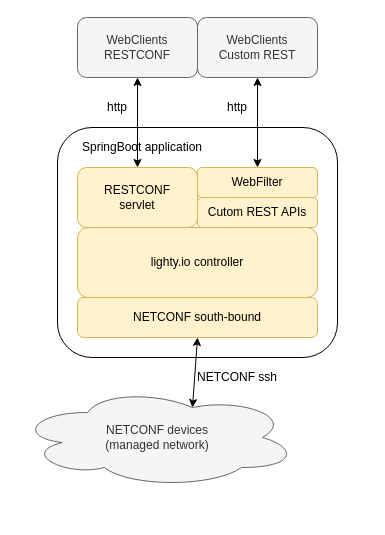
Above: lighty-examples/lighty-controller-springboot-netconf/docs/lighty.io-springboot-architecture.drawio in PANTHEONtech/lighty (draw.io), before the change. Source tidied: cells renumbered, new cells numbered last; positions are measured from the earlier drawing's top-left corner, leaving out a move shared by most shapes. Both pictures are drawn from the tidied source at 100%, with x=0, y=0 at pixel (17, 17).
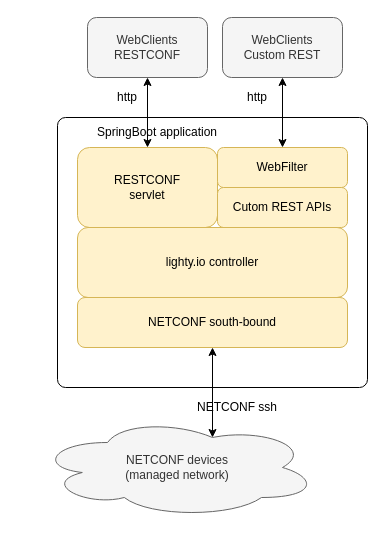
The same page after the edit.

Commit message (it also covers changes not shown here):
architecture diagram updated

Change to the diagram source:
```diff
@@
 <mxGraphModel>
   <root>
     <mxCell id="0" />
     <mxCell id="1" parent="0" />
-    <mxCell id="2" style="rounded=1;whiteSpace=wrap;html=1;" parent="1" vertex="1">
-      <mxGeometry x="40" y="110" width="280" height="230" as="geometry" />
+    <mxCell id="2" style="rounded=1;whiteSpace=wrap;html=1;arcSize=3;" parent="1" vertex="1">
+      <mxGeometry x="40" y="100" width="310" height="270" as="geometry" />
     </mxCell>
     <mxCell id="3" value="WebClients&lt;br&gt;Custom REST" style="rounded=1;whiteSpace=wrap;html=1;fillColor=#f5f5f5;strokeColor=#666666;fontColor=#333333;" parent="1" vertex="1">
-      <mxGeometry x="180" width="120" height="60" as="geometry" />
+      <mxGeometry x="205" width="120" height="60" as="geometry" />
     </mxCell>
     <mxCell id="4" value="WebClients&lt;br&gt;RESTCONF" style="rounded=1;whiteSpace=wrap;html=1;fillColor=#f5f5f5;strokeColor=#666666;fontColor=#333333;" parent="1" vertex="1">
-      <mxGeometry x="60" width="120" height="60" as="geometry" />
+      <mxGeometry x="70" width="120" height="60" as="geometry" />
     </mxCell>
     <mxCell id="5" value="RESTCONF&lt;br&gt;servlet" style="rounded=1;whiteSpace=wrap;html=1;fillColor=#fff2cc;strokeColor=#d6b656;" parent="1" vertex="1">
-      <mxGeometry x="60" y="150" width="120" height="60" as="geometry" />
+      <mxGeometry x="60" y="130" width="140" height="80" as="geometry" />
     </mxCell>
     <mxCell id="6" value="WebFilter" style="rounded=1;whiteSpace=wrap;html=1;fillColor=#fff2cc;strokeColor=#d6b656;" parent="1" vertex="1">
-      <mxGeometry x="180" y="150" width="120" height="30" as="geometry" />
+      <mxGeometry x="200" y="130" width="130" height="40" as="geometry" />
     </mxCell>
     <mxCell id="7" value="Cutom REST APIs" style="rounded=1;whiteSpace=wrap;html=1;fillColor=#fff2cc;strokeColor=#d6b656;" parent="1" vertex="1">
-      <mxGeometry x="180" y="180" width="120" height="30" as="geometry" />
+      <mxGeometry x="200" y="170" width="130" height="40" as="geometry" />
     </mxCell>
     <mxCell id="8" value="lighty.io controller" style="rounded=1;whiteSpace=wrap;html=1;fillColor=#fff2cc;strokeColor=#d6b656;" parent="1" vertex="1">
-      <mxGeometry x="60" y="210" width="240" height="70" as="geometry" />
+      <mxGeometry x="60" y="210" width="270" height="70" as="geometry" />
     </mxCell>
     <mxCell id="9" value="NETCONF south-bound" style="rounded=1;whiteSpace=wrap;html=1;fillColor=#fff2cc;strokeColor=#d6b656;" parent="1" vertex="1">
-      <mxGeometry x="60" y="280" width="240" height="40" as="geometry" />
+      <mxGeometry x="60" y="280" width="270" height="50" as="geometry" />
     </mxCell>
     <mxCell id="10" value="SpringBoot application" style="text;html=1;strokeColor=none;fillColor=none;align=center;verticalAlign=middle;whiteSpace=wrap;rounded=0;" parent="1" vertex="1">
-      <mxGeometry x="60" y="120" width="130" height="20" as="geometry" />
+      <mxGeometry x="50" y="105" width="180" height="20" as="geometry" />
     </mxCell>
     <mxCell id="11" value="NETCONF devices&lt;br&gt;(managed network)" style="ellipse;shape=cloud;whiteSpace=wrap;html=1;fillColor=#f5f5f5;strokeColor=#666666;fontColor=#333333;" parent="1" vertex="1">
-      <mxGeometry y="370" width="280" height="100" as="geometry" />
+      <mxGeometry x="20" y="400" width="280" height="100" as="geometry" />
     </mxCell>
     <mxCell id="12" style="endArrow=classic;startArrow=classic;html=1;entryX=0.5;entryY=1;entryDx=0;entryDy=0;exitX=0.625;exitY=0.2;exitDx=0;exitDy=0;exitPerimeter=0;" parent="1" edge="1" source="11" target="9">
       <mxGeometry relative="1" as="geometry" />
     </mxCell>
     <mxCell id="13" style="endArrow=classic;startArrow=classic;html=1;entryX=0.5;entryY=1;entryDx=0;entryDy=0;" parent="1" edge="1" source="5" target="4">
       <mxGeometry relative="1" as="geometry" />
     </mxCell>
     <mxCell id="14" style="endArrow=classic;startArrow=classic;html=1;entryX=0.5;entryY=1;entryDx=0;entryDy=0;" parent="1" edge="1" source="6" target="3">
       <mxGeometry relative="1" as="geometry" />
     </mxCell>
     <mxCell id="15" value="http" style="text;html=1;strokeColor=none;fillColor=none;align=center;verticalAlign=middle;whiteSpace=wrap;rounded=0;" parent="1" vertex="1">
-      <mxGeometry x="80" y="80" width="40" height="20" as="geometry" />
+      <mxGeometry x="90" y="70" width="40" height="20" as="geometry" />
     </mxCell>
     <mxCell id="16" value="http" style="text;html=1;strokeColor=none;fillColor=none;align=center;verticalAlign=middle;whiteSpace=wrap;rounded=0;" parent="1" vertex="1">
-      <mxGeometry x="200" y="80" width="40" height="20" as="geometry" />
+      <mxGeometry x="220" y="70" width="40" height="20" as="geometry" />
     </mxCell>
     <mxCell id="17" value="NETCONF ssh" style="text;html=1;strokeColor=none;fillColor=none;align=center;verticalAlign=middle;whiteSpace=wrap;rounded=0;" parent="1" vertex="1">
-      <mxGeometry x="160" y="350" width="120" height="20" as="geometry" />
+      <mxGeometry x="160" y="380" width="120" height="20" as="geometry" />
     </mxCell>
   </root>
 </mxGraphModel>
```
